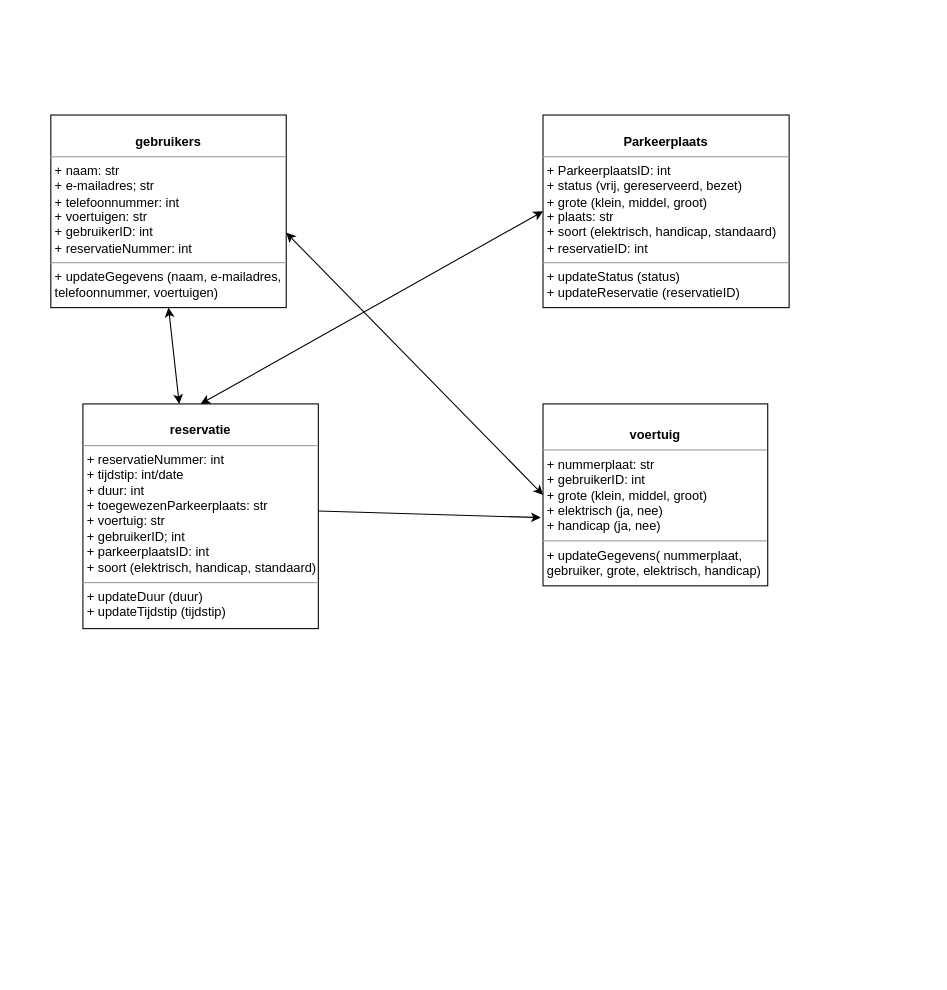
SwinnenBram/Gip keeps this draw.io diagram as klassendiagram gip.drawio. Above is the earlier version. Source tidied: cells renumbered, new cells numbered last; positions are measured from the earlier drawing's top-left corner, leaving out a move shared by most shapes. Both pictures are drawn from the tidied source at 107%, with x=0, y=0 at pixel (50, 114).
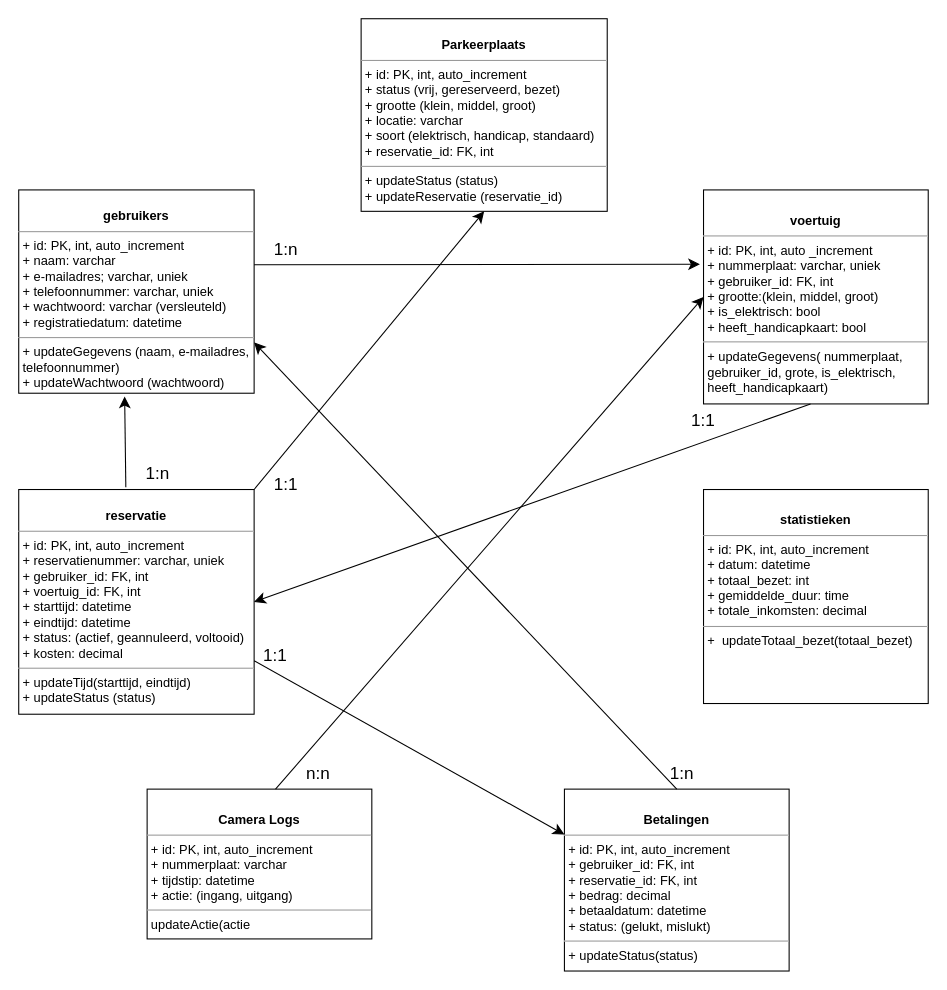
The same diagram, later.

What changed in the source:
```diff
@@
-    <mxCell id="2" value="&lt;p style=&quot;margin:0px;margin-top:4px;text-align:center;&quot;&gt;&lt;br&gt;&lt;b&gt;gebruikers&lt;/b&gt;&lt;/p&gt;&lt;hr size=&quot;1&quot;&gt;&lt;p style=&quot;margin:0px;margin-left:4px;&quot;&gt;+ naam: str&lt;br&gt;+ e-mailadres; str&lt;/p&gt;&lt;p style=&quot;margin:0px;margin-left:4px;&quot;&gt;+ telefoonnummer: int&lt;/p&gt;&lt;p style=&quot;margin:0px;margin-left:4px;&quot;&gt;+ voertuigen: str&lt;/p&gt;&lt;p style=&quot;margin:0px;margin-left:4px;&quot;&gt;+ gebruikerID: int&lt;/p&gt;&lt;p style=&quot;margin:0px;margin-left:4px;&quot;&gt;+ reservatieNummer: int&lt;/p&gt;&lt;hr size=&quot;1&quot;&gt;&lt;p style=&quot;margin:0px;margin-left:4px;&quot;&gt;+ updateGegevens (naam, e-mailadres,&lt;/p&gt;&lt;p style=&quot;margin:0px;margin-left:4px;&quot;&gt;telefoonnummer, voertuigen)&lt;br&gt;&lt;/p&gt;" style="verticalAlign=top;align=left;overflow=fill;fontSize=12;fontFamily=Helvetica;html=1;rounded=0;shadow=0;comic=0;labelBackgroundColor=none;strokeWidth=1;" parent="1" vertex="1">
-      <mxGeometry width="220" height="180" as="geometry" />
+    <mxCell id="2" value="&lt;p style=&quot;margin:0px;margin-top:4px;text-align:center;&quot;&gt;&lt;br&gt;&lt;b&gt;gebruikers&lt;/b&gt;&lt;/p&gt;&lt;hr size=&quot;1&quot;&gt;&lt;p style=&quot;margin:0px;margin-left:4px;&quot;&gt;+ id: PK, int, auto_increment&amp;nbsp;&lt;/p&gt;&lt;p style=&quot;margin:0px;margin-left:4px;&quot;&gt;+ naam: varchar&lt;br&gt;+ e-mailadres; varchar, uniek&lt;/p&gt;&lt;p style=&quot;margin:0px;margin-left:4px;&quot;&gt;+ telefoonnummer: varchar, uniek&lt;/p&gt;&lt;p style=&quot;margin:0px;margin-left:4px;&quot;&gt;+ wachtwoord: varchar (versleuteld)&lt;/p&gt;&lt;p style=&quot;margin:0px;margin-left:4px;&quot;&gt;+ registratiedatum: datetime&lt;/p&gt;&lt;hr size=&quot;1&quot;&gt;&lt;p style=&quot;margin:0px;margin-left:4px;&quot;&gt;+ updateGegevens (naam, e-mailadres,&lt;/p&gt;&lt;p style=&quot;margin:0px;margin-left:4px;&quot;&gt;telefoonnummer)&lt;br&gt;&lt;/p&gt;&lt;p style=&quot;margin:0px;margin-left:4px;&quot;&gt;+ updateWachtwoord (wachtwoord)&lt;/p&gt;" style="verticalAlign=top;align=left;overflow=fill;fontSize=12;fontFamily=Helvetica;html=1;rounded=0;shadow=0;comic=0;labelBackgroundColor=none;strokeWidth=1;" parent="1" vertex="1">
+      <mxGeometry x="-30" y="70" width="220" height="190" as="geometry" />
     </mxCell>
-    <mxCell id="3" value="&lt;p style=&quot;margin:0px;margin-top:4px;text-align:center;&quot;&gt;&lt;br&gt;&lt;b&gt;Parkeerplaats&lt;/b&gt;&lt;/p&gt;&lt;hr size=&quot;1&quot;&gt;&lt;p style=&quot;margin:0px;margin-left:4px;&quot;&gt;+ ParkeerplaatsID: int&lt;br&gt;+ status (vrij, gereserveerd, bezet)&lt;/p&gt;&lt;p style=&quot;margin:0px;margin-left:4px;&quot;&gt;+ grote (klein, middel, groot)&lt;/p&gt;&lt;p style=&quot;margin:0px;margin-left:4px;&quot;&gt;+ plaats: str&amp;nbsp;&lt;/p&gt;&lt;p style=&quot;margin:0px;margin-left:4px;&quot;&gt;+ soort (elektrisch, handicap, standaard)&lt;/p&gt;&lt;p style=&quot;margin:0px;margin-left:4px;&quot;&gt;+ reservatieID: int&lt;/p&gt;&lt;hr size=&quot;1&quot;&gt;&lt;p style=&quot;margin:0px;margin-left:4px;&quot;&gt;+ updateStatus (status)&lt;br&gt;&lt;/p&gt;&lt;p style=&quot;margin:0px;margin-left:4px;&quot;&gt;+ updateReservatie (reservatieID)&lt;/p&gt;" style="verticalAlign=top;align=left;overflow=fill;fontSize=12;fontFamily=Helvetica;html=1;rounded=0;shadow=0;comic=0;labelBackgroundColor=none;strokeWidth=1;" parent="1" vertex="1">
-      <mxGeometry x="460" width="230" height="180" as="geometry" />
+    <mxCell id="3" value="&lt;p style=&quot;margin:0px;margin-top:4px;text-align:center;&quot;&gt;&lt;br&gt;&lt;b&gt;Parkeerplaats&lt;/b&gt;&lt;/p&gt;&lt;hr size=&quot;1&quot;&gt;&lt;p style=&quot;margin:0px;margin-left:4px;&quot;&gt;+ id: PK, int, auto_increment&lt;br&gt;+ status (vrij, gereserveerd, bezet)&lt;/p&gt;&lt;p style=&quot;margin:0px;margin-left:4px;&quot;&gt;+ grootte (klein, middel, groot)&lt;/p&gt;&lt;p style=&quot;margin:0px;margin-left:4px;&quot;&gt;+ locatie: varchar&lt;/p&gt;&lt;p style=&quot;margin:0px;margin-left:4px;&quot;&gt;+ soort (elektrisch, handicap, standaard)&lt;/p&gt;&lt;p style=&quot;margin:0px;margin-left:4px;&quot;&gt;+ reservatie_id: FK, int&lt;/p&gt;&lt;hr size=&quot;1&quot;&gt;&lt;p style=&quot;margin:0px;margin-left:4px;&quot;&gt;+ updateStatus (status)&lt;br&gt;&lt;/p&gt;&lt;p style=&quot;margin:0px;margin-left:4px;&quot;&gt;+ updateReservatie (reservatie_id)&lt;/p&gt;" style="verticalAlign=top;align=left;overflow=fill;fontSize=12;fontFamily=Helvetica;html=1;rounded=0;shadow=0;comic=0;labelBackgroundColor=none;strokeWidth=1;" parent="1" vertex="1">
+      <mxGeometry x="290" y="-90" width="230" height="180" as="geometry" />
     </mxCell>
-    <mxCell id="4" value="&lt;p style=&quot;margin:0px;margin-top:4px;text-align:center;&quot;&gt;&lt;br&gt;&lt;b&gt;reservatie&lt;/b&gt;&lt;/p&gt;&lt;hr size=&quot;1&quot;&gt;&lt;p style=&quot;margin:0px;margin-left:4px;&quot;&gt;+ reservatieNummer: int&amp;nbsp;&lt;br&gt;+ tijdstip: int/date&lt;/p&gt;&lt;p style=&quot;margin:0px;margin-left:4px;&quot;&gt;+ duur: int&lt;/p&gt;&lt;p style=&quot;margin:0px;margin-left:4px;&quot;&gt;+ toegewezenParkeerplaats: str&lt;/p&gt;&lt;p style=&quot;margin:0px;margin-left:4px;&quot;&gt;+ voertuig: str&lt;/p&gt;&lt;p style=&quot;margin:0px;margin-left:4px;&quot;&gt;+ gebruikerID; int&lt;/p&gt;&lt;p style=&quot;margin:0px;margin-left:4px;&quot;&gt;+ parkeerplaatsID: int&lt;/p&gt;&lt;p style=&quot;margin:0px;margin-left:4px;&quot;&gt;+ soort (elektrisch, handicap, standaard)&lt;/p&gt;&lt;hr size=&quot;1&quot;&gt;&lt;p style=&quot;margin:0px;margin-left:4px;&quot;&gt;+ updateDuur (duur)&lt;br&gt;+ updateTijdstip (tijdstip)&lt;/p&gt;" style="verticalAlign=top;align=left;overflow=fill;fontSize=12;fontFamily=Helvetica;html=1;rounded=0;shadow=0;comic=0;labelBackgroundColor=none;strokeWidth=1;" parent="1" vertex="1">
-      <mxGeometry x="30" y="270" width="220" height="210" as="geometry" />
+    <mxCell id="4" value="&lt;p style=&quot;margin:0px;margin-top:4px;text-align:center;&quot;&gt;&lt;br&gt;&lt;b&gt;reservatie&lt;/b&gt;&lt;/p&gt;&lt;hr size=&quot;1&quot;&gt;&lt;p style=&quot;margin:0px;margin-left:4px;&quot;&gt;+ id: PK, int, auto_increment&lt;br&gt;&lt;/p&gt;&lt;p style=&quot;margin:0px;margin-left:4px;&quot;&gt;+ reservatienummer: varchar, uniek&lt;/p&gt;&lt;p style=&quot;margin:0px;margin-left:4px;&quot;&gt;+ gebruiker_id: FK, int&lt;/p&gt;&lt;p style=&quot;margin:0px;margin-left:4px;&quot;&gt;+ voertuig_id: FK, int&lt;/p&gt;&lt;p style=&quot;margin:0px;margin-left:4px;&quot;&gt;+ starttijd: datetime&lt;/p&gt;&lt;p style=&quot;margin:0px;margin-left:4px;&quot;&gt;+ eindtijd: datetime&lt;/p&gt;&lt;p style=&quot;margin:0px;margin-left:4px;&quot;&gt;+ status: (actief, geannuleerd, voltooid)&lt;/p&gt;&lt;p style=&quot;margin:0px;margin-left:4px;&quot;&gt;+ kosten: decimal&lt;/p&gt;&lt;hr size=&quot;1&quot;&gt;&lt;p style=&quot;margin:0px;margin-left:4px;&quot;&gt;+ updateTijd(starttijd, eindtijd)&lt;br&gt;+ updateStatus (status)&lt;/p&gt;" style="verticalAlign=top;align=left;overflow=fill;fontSize=12;fontFamily=Helvetica;html=1;rounded=0;shadow=0;comic=0;labelBackgroundColor=none;strokeWidth=1;" parent="1" vertex="1">
+      <mxGeometry x="-30" y="350" width="220" height="210" as="geometry" />
     </mxCell>
-    <mxCell id="5" value="&lt;p style=&quot;margin:0px;margin-top:4px;text-align:center;&quot;&gt;&lt;br&gt;&lt;/p&gt;&lt;p style=&quot;margin:0px;margin-top:4px;text-align:center;&quot;&gt;&lt;b&gt;voertuig&lt;/b&gt;&lt;/p&gt;&lt;hr size=&quot;1&quot;&gt;&lt;p style=&quot;margin:0px;margin-left:4px;&quot;&gt;+ nummerplaat: str&lt;br&gt;+ gebruikerID: int&amp;nbsp;&lt;/p&gt;&lt;p style=&quot;margin:0px;margin-left:4px;&quot;&gt;+ grote (klein, middel, groot)&lt;/p&gt;&lt;p style=&quot;margin:0px;margin-left:4px;&quot;&gt;+ elektrisch (ja, nee)&lt;/p&gt;&lt;p style=&quot;margin:0px;margin-left:4px;&quot;&gt;+ handicap (ja, nee)&lt;/p&gt;&lt;hr size=&quot;1&quot;&gt;&lt;p style=&quot;margin:0px;margin-left:4px;&quot;&gt;+ updateGegevens( nummerplaat,&lt;/p&gt;&lt;p style=&quot;margin:0px;margin-left:4px;&quot;&gt;gebruiker, grote, elektrisch, handicap)&lt;/p&gt;" style="verticalAlign=top;align=left;overflow=fill;fontSize=12;fontFamily=Helvetica;html=1;rounded=0;shadow=0;comic=0;labelBackgroundColor=none;strokeWidth=1;" parent="1" vertex="1">
-      <mxGeometry x="460" y="270" width="210" height="170" as="geometry" />
+    <mxCell id="5" value="&lt;p style=&quot;margin:0px;margin-top:4px;text-align:center;&quot;&gt;&lt;br&gt;&lt;/p&gt;&lt;p style=&quot;margin:0px;margin-top:4px;text-align:center;&quot;&gt;&lt;b&gt;voertuig&lt;/b&gt;&lt;/p&gt;&lt;hr size=&quot;1&quot;&gt;&lt;p style=&quot;margin:0px;margin-left:4px;&quot;&gt;+ id: PK, int, auto _increment&lt;/p&gt;&lt;p style=&quot;margin:0px;margin-left:4px;&quot;&gt;+ nummerplaat: varchar, uniek&lt;br&gt;+ gebruiker_id: FK, int&lt;/p&gt;&lt;p style=&quot;margin:0px;margin-left:4px;&quot;&gt;+ grootte:(klein, middel, groot)&lt;/p&gt;&lt;p style=&quot;margin:0px;margin-left:4px;&quot;&gt;+ is_elektrisch: bool&lt;/p&gt;&lt;p style=&quot;margin:0px;margin-left:4px;&quot;&gt;+ heeft_handicapkaart: bool&lt;/p&gt;&lt;hr size=&quot;1&quot;&gt;&lt;p style=&quot;margin:0px;margin-left:4px;&quot;&gt;+ updateGegevens( nummerplaat,&lt;/p&gt;&lt;p style=&quot;margin:0px;margin-left:4px;&quot;&gt;gebruiker_id, grote, is_elektrisch,&amp;nbsp;&lt;/p&gt;&lt;p style=&quot;margin:0px;margin-left:4px;&quot;&gt;heeft_handicapkaart)&lt;/p&gt;" style="verticalAlign=top;align=left;overflow=fill;fontSize=12;fontFamily=Helvetica;html=1;rounded=0;shadow=0;comic=0;labelBackgroundColor=none;strokeWidth=1;" parent="1" vertex="1">
+      <mxGeometry x="610" y="70" width="210" height="200" as="geometry" />
     </mxCell>
-    <mxCell id="6" style="endArrow=classic;startArrow=classic;html=1;rounded=0;entryX=0;entryY=0.5;entryDx=0;entryDy=0;" parent="1" edge="1" target="5">
-      <mxGeometry relative="1" as="geometry">
-        <mxPoint x="220" y="110" as="sourcePoint" />
-      </mxGeometry>
-    </mxCell>
-    <mxCell id="7" style="endArrow=classic;startArrow=classic;html=1;rounded=0;exitX=0.5;exitY=0;exitDx=0;exitDy=0;" parent="1" edge="1" source="4">
-      <mxGeometry relative="1" as="geometry">
-        <mxPoint x="460" y="90" as="targetPoint" />
-      </mxGeometry>
-    </mxCell>
-    <mxCell id="8" style="endArrow=classic;html=1;rounded=0;entryX=-0.01;entryY=0.625;entryDx=0;entryDy=0;entryPerimeter=0;" parent="1" edge="1" target="5">
-      <mxGeometry relative="1" as="geometry">
-        <mxPoint x="250" y="370" as="sourcePoint" />
-      </mxGeometry>
-    </mxCell>
-    <mxCell id="9" style="endArrow=classic;startArrow=classic;html=1;rounded=0;entryX=0.5;entryY=1;entryDx=0;entryDy=0;" parent="1" edge="1" target="2">
-      <mxGeometry relative="1" as="geometry">
-        <mxPoint x="120" y="270" as="sourcePoint" />
-      </mxGeometry>
-    </mxCell>
+    <mxCell id="10" value="&lt;p style=&quot;margin:0px;margin-top:4px;text-align:center;&quot;&gt;&lt;br&gt;&lt;/p&gt;&lt;p style=&quot;margin:0px;margin-top:4px;text-align:center;&quot;&gt;&lt;b&gt;Betalingen&lt;/b&gt;&lt;/p&gt;&lt;hr size=&quot;1&quot;&gt;&lt;p style=&quot;margin:0px;margin-left:4px;&quot;&gt;+ id: PK, int, auto_increment&lt;br&gt;&lt;/p&gt;&lt;p style=&quot;margin:0px;margin-left:4px;&quot;&gt;+ gebruiker_id: FK, int&lt;/p&gt;&lt;p style=&quot;margin:0px;margin-left:4px;&quot;&gt;+ reservatie_id: FK, int&lt;/p&gt;&lt;p style=&quot;margin:0px;margin-left:4px;&quot;&gt;+ bedrag: decimal&lt;/p&gt;&lt;p style=&quot;margin:0px;margin-left:4px;&quot;&gt;+ betaaldatum: datetime&lt;/p&gt;&lt;p style=&quot;margin:0px;margin-left:4px;&quot;&gt;+ status: (gelukt, mislukt)&lt;/p&gt;&lt;hr size=&quot;1&quot;&gt;&lt;p style=&quot;margin:0px;margin-left:4px;&quot;&gt;+ updateStatus(status)&lt;/p&gt;" style="verticalAlign=top;align=left;overflow=fill;fontSize=12;fontFamily=Helvetica;html=1;rounded=0;shadow=0;comic=0;labelBackgroundColor=none;strokeWidth=1;" parent="1" vertex="1">
+      <mxGeometry x="480" y="630" width="210" height="170" as="geometry" />
+    </mxCell>
+    <mxCell id="11" value="&lt;p style=&quot;margin:0px;margin-top:4px;text-align:center;&quot;&gt;&lt;br&gt;&lt;/p&gt;&lt;p style=&quot;margin:0px;margin-top:4px;text-align:center;&quot;&gt;&lt;b&gt;Camera Logs&lt;/b&gt;&lt;/p&gt;&lt;hr size=&quot;1&quot;&gt;&lt;p style=&quot;margin:0px;margin-left:4px;&quot;&gt;+ id: PK, int, auto_increment&lt;br&gt;&lt;/p&gt;&lt;p style=&quot;margin:0px;margin-left:4px;&quot;&gt;+ nummerplaat: varchar&lt;/p&gt;&lt;p style=&quot;margin:0px;margin-left:4px;&quot;&gt;+ tijdstip: datetime&lt;/p&gt;&lt;p style=&quot;margin:0px;margin-left:4px;&quot;&gt;+ actie: (ingang, uitgang)&lt;/p&gt;&lt;hr size=&quot;1&quot;&gt;&lt;p style=&quot;margin:0px;margin-left:4px;&quot;&gt;updateActie(actie&lt;/p&gt;" style="verticalAlign=top;align=left;overflow=fill;fontSize=12;fontFamily=Helvetica;html=1;rounded=0;shadow=0;comic=0;labelBackgroundColor=none;strokeWidth=1;" parent="1" vertex="1">
+      <mxGeometry x="90" y="630" width="210" height="140" as="geometry" />
+    </mxCell>
+    <mxCell id="12" value="&lt;p style=&quot;margin:0px;margin-top:4px;text-align:center;&quot;&gt;&lt;br&gt;&lt;/p&gt;&lt;p style=&quot;margin:0px;margin-top:4px;text-align:center;&quot;&gt;&lt;b&gt;statistieken&lt;/b&gt;&lt;/p&gt;&lt;hr size=&quot;1&quot;&gt;&lt;p style=&quot;margin:0px;margin-left:4px;&quot;&gt;+ id: PK, int, auto_increment&lt;br&gt;&lt;/p&gt;&lt;p style=&quot;margin:0px;margin-left:4px;&quot;&gt;+ datum: datetime&lt;/p&gt;&lt;p style=&quot;margin:0px;margin-left:4px;&quot;&gt;+ totaal_bezet: int&lt;/p&gt;&lt;p style=&quot;margin:0px;margin-left:4px;&quot;&gt;+ gemiddelde_duur: time&lt;/p&gt;&lt;p style=&quot;margin:0px;margin-left:4px;&quot;&gt;+ totale_inkomsten: decimal&lt;/p&gt;&lt;hr size=&quot;1&quot;&gt;&lt;p style=&quot;margin:0px;margin-left:4px;&quot;&gt;+&amp;nbsp; updateTotaal_bezet(totaal_bezet)&lt;/p&gt;" style="verticalAlign=top;align=left;overflow=fill;fontSize=12;fontFamily=Helvetica;html=1;rounded=0;shadow=0;comic=0;labelBackgroundColor=none;strokeWidth=1;" parent="1" vertex="1">
+      <mxGeometry x="610" y="350" width="210" height="200" as="geometry" />
+    </mxCell>
+    <mxCell id="13" style="endArrow=classic;html=1;rounded=0;fontSize=12;startSize=8;endSize=8;curved=1;entryX=-0.016;entryY=0.347;entryDx=0;entryDy=0;entryPerimeter=0;" parent="1" edge="1" target="5">
+      <mxGeometry relative="1" as="geometry">
+        <mxPoint x="190" y="140" as="sourcePoint" />
+      </mxGeometry>
+    </mxCell>
+    <mxCell id="14" value="1:n" style="text;html=1;align=center;verticalAlign=middle;whiteSpace=wrap;rounded=0;fontSize=16;" parent="1" vertex="1">
+      <mxGeometry x="190" y="110" width="60" height="30" as="geometry" />
+    </mxCell>
+    <mxCell id="15" value="1:n" style="text;html=1;align=center;verticalAlign=middle;whiteSpace=wrap;rounded=0;fontSize=16;" parent="1" vertex="1">
+      <mxGeometry x="560" y="600" width="60" height="30" as="geometry" />
+    </mxCell>
+    <mxCell id="16" value="1:1" style="text;html=1;align=center;verticalAlign=middle;whiteSpace=wrap;rounded=0;fontSize=16;" parent="1" vertex="1">
+      <mxGeometry x="190" y="330" width="60" height="30" as="geometry" />
+    </mxCell>
+    <mxCell id="17" value="1:1" style="text;html=1;align=center;verticalAlign=middle;whiteSpace=wrap;rounded=0;fontSize=16;" parent="1" vertex="1">
+      <mxGeometry x="580" y="270" width="60" height="30" as="geometry" />
+    </mxCell>
+    <mxCell id="18" value="1:n" style="text;html=1;align=center;verticalAlign=middle;whiteSpace=wrap;rounded=0;fontSize=16;" parent="1" vertex="1">
+      <mxGeometry x="70" y="320" width="60" height="30" as="geometry" />
+    </mxCell>
+    <mxCell id="19" style="endArrow=classic;html=1;rounded=0;fontSize=12;startSize=8;endSize=8;curved=1;entryX=0.45;entryY=1.016;entryDx=0;entryDy=0;exitX=0.455;exitY=-0.01;exitDx=0;exitDy=0;exitPerimeter=0;entryPerimeter=0;" parent="1" edge="1" source="4" target="2">
+      <mxGeometry relative="1" as="geometry" />
+    </mxCell>
+    <mxCell id="20" style="endArrow=classic;html=1;rounded=0;fontSize=12;startSize=8;endSize=8;curved=1;entryX=1;entryY=0.5;entryDx=0;entryDy=0;" parent="1" edge="1" target="4">
+      <mxGeometry relative="1" as="geometry">
+        <mxPoint x="710" y="270" as="sourcePoint" />
+      </mxGeometry>
+    </mxCell>
+    <mxCell id="21" style="endArrow=classic;html=1;rounded=0;fontSize=12;startSize=8;endSize=8;curved=1;entryX=0.5;entryY=1;entryDx=0;entryDy=0;" parent="1" edge="1" target="3">
+      <mxGeometry relative="1" as="geometry">
+        <mxPoint x="190" y="350" as="sourcePoint" />
+      </mxGeometry>
+    </mxCell>
+    <mxCell id="22" value="n:n" style="text;html=1;align=center;verticalAlign=middle;whiteSpace=wrap;rounded=0;fontSize=16;" parent="1" vertex="1">
+      <mxGeometry x="220" y="600" width="60" height="30" as="geometry" />
+    </mxCell>
+    <mxCell id="23" value="1:1" style="text;html=1;align=center;verticalAlign=middle;whiteSpace=wrap;rounded=0;fontSize=16;" parent="1" vertex="1">
+      <mxGeometry x="180" y="490" width="60" height="30" as="geometry" />
+    </mxCell>
+    <mxCell id="24" style="endArrow=classic;html=1;rounded=0;fontSize=12;startSize=8;endSize=8;curved=1;entryX=0;entryY=0.25;entryDx=0;entryDy=0;" parent="1" edge="1" target="10">
+      <mxGeometry relative="1" as="geometry">
+        <mxPoint x="190" y="510" as="sourcePoint" />
+      </mxGeometry>
+    </mxCell>
+    <mxCell id="25" style="endArrow=classic;html=1;rounded=0;fontSize=12;startSize=8;endSize=8;curved=1;entryX=1;entryY=0.75;entryDx=0;entryDy=0;exitX=0.5;exitY=0;exitDx=0;exitDy=0;" parent="1" edge="1" source="10" target="2">
+      <mxGeometry relative="1" as="geometry" />
+    </mxCell>
+    <mxCell id="26" style="endArrow=classic;html=1;rounded=0;fontSize=12;startSize=8;endSize=8;curved=1;entryX=0;entryY=0.5;entryDx=0;entryDy=0;" parent="1" edge="1" target="5">
+      <mxGeometry relative="1" as="geometry">
+        <mxPoint x="210" y="630" as="sourcePoint" />
+      </mxGeometry>
+    </mxCell>
```
